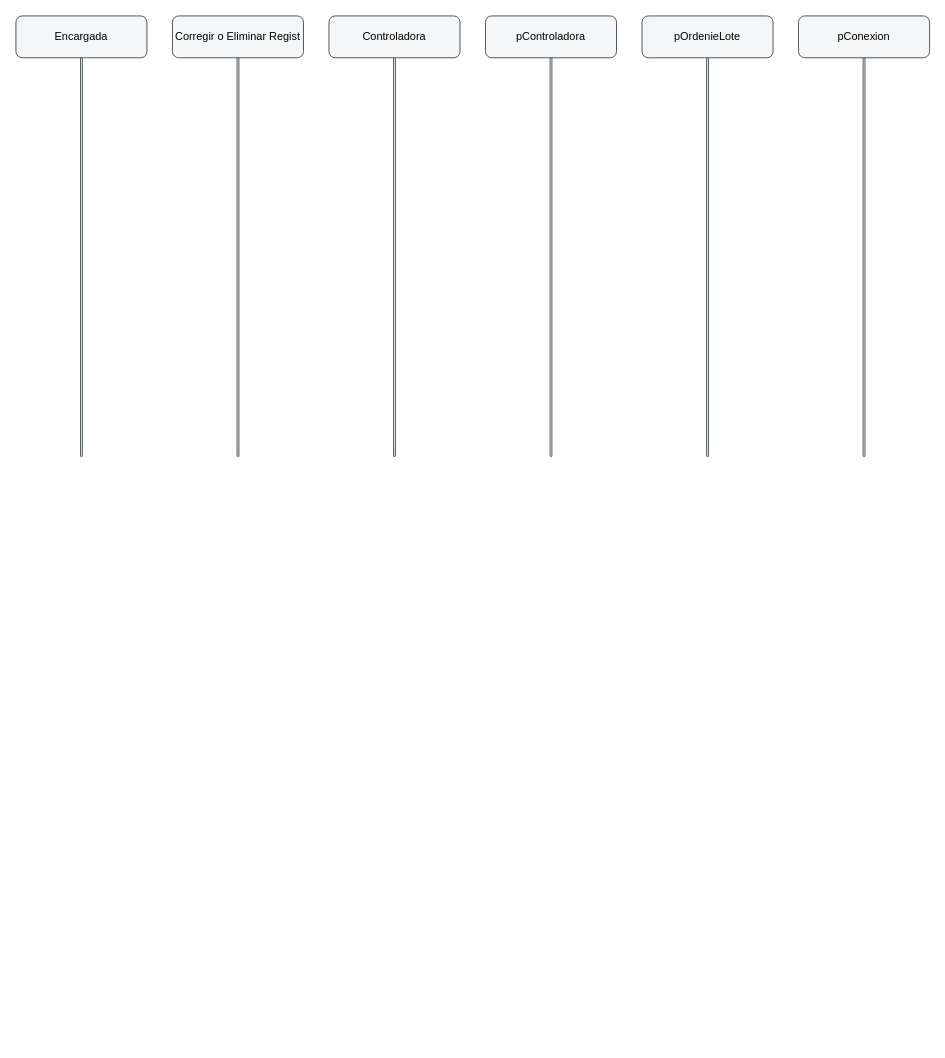
This is docs/diagramas/secuencia/secuencia-cu19.drawio from santinodelmonte/Tesis, a draw.io file, before an edit. Source tidied: cells renumbered, new cells numbered last; positions are measured from the earlier drawing's top-left corner, leaving out a move shared by most shapes. Both pictures are drawn from the tidied source at 91%, with x=0, y=0 at pixel (15, 15).
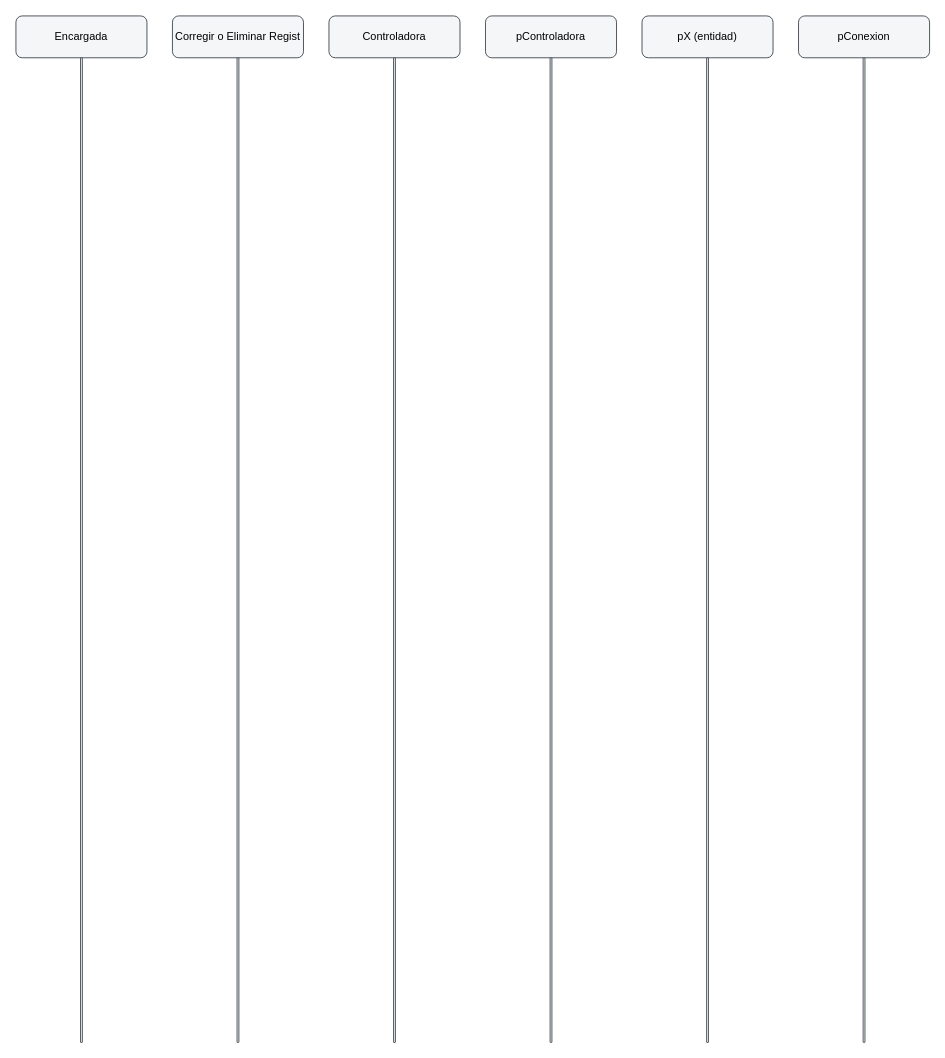
The same page after the edit.

The edit, as a diff of the source:
```diff
@@
 <mxGraphModel>
   <root>
     <mxCell id="0" />
     <mxCell id="1" parent="0" />
     <mxCell id="2" value="Encargada" style="rounded=1;whiteSpace=wrap;html=1;fillColor=#f4f6f8;strokeColor=#40484f;" parent="1" vertex="1">
       <mxGeometry width="144" height="46" as="geometry" />
     </mxCell>
     <mxCell id="3" style="rounded=1;whiteSpace=wrap;html=1;fillColor=#f4f6f8;strokeColor=#40484f;" parent="1" vertex="1">
-      <mxGeometry x="71" y="46" width="2" height="438" as="geometry" />
+      <mxGeometry x="71" y="46" width="2" height="1082" as="geometry" />
     </mxCell>
     <mxCell id="4" value="Corregir o Eliminar Regist" style="rounded=1;whiteSpace=wrap;html=1;fillColor=#f4f6f8;strokeColor=#40484f;" parent="1" vertex="1">
       <mxGeometry x="172" width="144" height="46" as="geometry" />
     </mxCell>
     <mxCell id="5" style="rounded=1;whiteSpace=wrap;html=1;fillColor=#f4f6f8;strokeColor=#40484f;" parent="1" vertex="1">
-      <mxGeometry x="243" y="46" width="2" height="438" as="geometry" />
+      <mxGeometry x="243" y="46" width="2" height="1082" as="geometry" />
     </mxCell>
     <mxCell id="6" value="Controladora" style="rounded=1;whiteSpace=wrap;html=1;fillColor=#f4f6f8;strokeColor=#40484f;" parent="1" vertex="1">
       <mxGeometry x="344" width="144" height="46" as="geometry" />
     </mxCell>
     <mxCell id="7" style="rounded=1;whiteSpace=wrap;html=1;fillColor=#f4f6f8;strokeColor=#40484f;" parent="1" vertex="1">
-      <mxGeometry x="415" y="46" width="2" height="438" as="geometry" />
+      <mxGeometry x="415" y="46" width="2" height="1082" as="geometry" />
     </mxCell>
     <mxCell id="8" value="pControladora" style="rounded=1;whiteSpace=wrap;html=1;fillColor=#f4f6f8;strokeColor=#40484f;" parent="1" vertex="1">
       <mxGeometry x="516" width="144" height="46" as="geometry" />
     </mxCell>
     <mxCell id="9" style="rounded=1;whiteSpace=wrap;html=1;fillColor=#f4f6f8;strokeColor=#40484f;" parent="1" vertex="1">
-      <mxGeometry x="587" y="46" width="2" height="438" as="geometry" />
+      <mxGeometry x="587" y="46" width="2" height="1082" as="geometry" />
     </mxCell>
-    <mxCell id="10" value="pOrdenieLote" style="rounded=1;whiteSpace=wrap;html=1;fillColor=#f4f6f8;strokeColor=#40484f;" parent="1" vertex="1">
+    <mxCell id="10" value="pX (entidad)" style="rounded=1;whiteSpace=wrap;html=1;fillColor=#f4f6f8;strokeColor=#40484f;" parent="1" vertex="1">
       <mxGeometry x="688" width="144" height="46" as="geometry" />
     </mxCell>
     <mxCell id="11" style="rounded=1;whiteSpace=wrap;html=1;fillColor=#f4f6f8;strokeColor=#40484f;" parent="1" vertex="1">
-      <mxGeometry x="759" y="46" width="2" height="438" as="geometry" />
+      <mxGeometry x="759" y="46" width="2" height="1082" as="geometry" />
     </mxCell>
     <mxCell id="12" value="pConexion" style="rounded=1;whiteSpace=wrap;html=1;fillColor=#f4f6f8;strokeColor=#40484f;" parent="1" vertex="1">
       <mxGeometry x="860" width="144" height="46" as="geometry" />
     </mxCell>
     <mxCell id="13" style="rounded=1;whiteSpace=wrap;html=1;fillColor=#f4f6f8;strokeColor=#40484f;" parent="1" vertex="1">
-      <mxGeometry x="931" y="46" width="2" height="438" as="geometry" />
+      <mxGeometry x="931" y="46" width="2" height="1082" as="geometry" />
     </mxCell>
   </root>
 </mxGraphModel>
```
